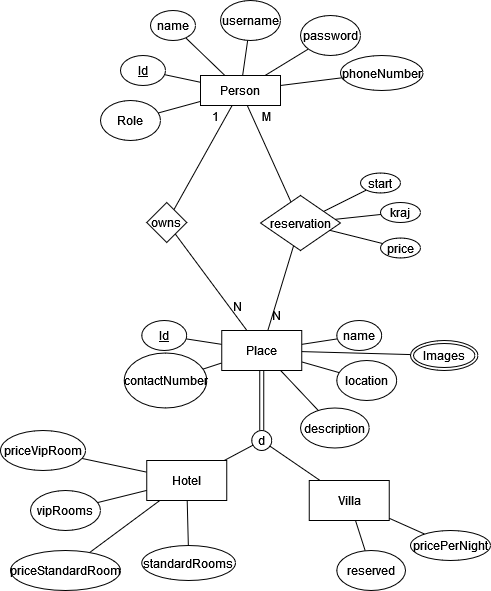
Before: PET_GIAGRAM.png, a diagram exported from draw.io (Mazgaliev/BookingSite). Source tidied: cells renumbered, new cells last; positions are measured from the earlier drawing's top-left corner, leaving out a move shared by most shapes.
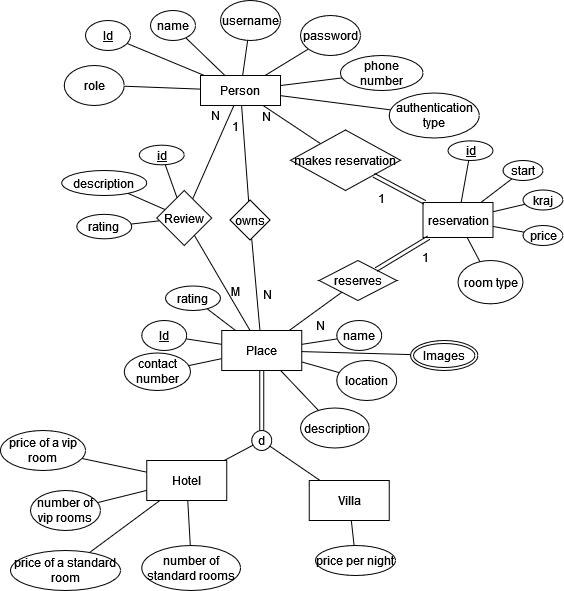
Above is the later version.

Commit message:
Pet diagram

Diff of the diagram source:
```diff
@@ -6,7 +6,7 @@
       <mxGeometry x="200" y="75" width="80" height="30" as="geometry" />
     </mxCell>
     <mxCell id="3" value="&lt;u&gt;Id&lt;/u&gt;" style="ellipse;whiteSpace=wrap;html=1;" parent="1" vertex="1">
-      <mxGeometry x="120" y="55" width="45" height="30" as="geometry" />
+      <mxGeometry x="85" y="20" width="45" height="30" as="geometry" />
     </mxCell>
     <mxCell id="4" value="name" style="ellipse;whiteSpace=wrap;html=1;" parent="1" vertex="1">
       <mxGeometry x="150" y="10" width="45" height="30" as="geometry" />
@@ -17,7 +17,7 @@
     <mxCell id="6" value="password" style="ellipse;whiteSpace=wrap;html=1;" parent="1" vertex="1">
       <mxGeometry x="300" y="15" width="60" height="40" as="geometry" />
     </mxCell>
-    <mxCell id="7" value="phoneNumber" style="ellipse;whiteSpace=wrap;html=1;" parent="1" vertex="1">
+    <mxCell id="7" value="phone number" style="ellipse;whiteSpace=wrap;html=1;" parent="1" vertex="1">
       <mxGeometry x="340" y="55" width="82.5" height="35" as="geometry" />
     </mxCell>
     <mxCell id="8" style="endArrow=none;html=1;rounded=0;" parent="1" edge="1" source="2" target="5">
@@ -74,11 +74,11 @@
     <mxCell id="25" style="endArrow=none;html=1;rounded=0;" parent="1" edge="1" source="13" target="24">
       <mxGeometry relative="1" as="geometry" />
     </mxCell>
-    <mxCell id="26" value="contactNumber" style="ellipse;whiteSpace=wrap;html=1;" parent="1" vertex="1">
-      <mxGeometry x="123.8" y="352.5" width="82.5" height="55" as="geometry" />
+    <mxCell id="26" value="contact number" style="ellipse;whiteSpace=wrap;html=1;" parent="1" vertex="1">
+      <mxGeometry x="123.8" y="352.5" width="66.2" height="37.5" as="geometry" />
     </mxCell>
     <mxCell id="27" value="owns" style="rhombus;whiteSpace=wrap;html=1;" parent="1" vertex="1">
-      <mxGeometry x="146.2" y="202" width="40" height="40" as="geometry" />
+      <mxGeometry x="229.5" y="199.5" width="40" height="40" as="geometry" />
     </mxCell>
     <mxCell id="28" style="endArrow=none;html=1;rounded=0;" parent="1" edge="1" source="26" target="13">
       <mxGeometry relative="1" as="geometry" />
@@ -88,7 +88,7 @@
     </mxCell>
     <mxCell id="30" value="1" style="html=1;align=right;verticalAlign=bottom;" parent="29" vertex="1">
       <mxGeometry x="1" relative="1" as="geometry">
-        <mxPoint x="-12" y="20" as="offset" />
+        <mxPoint x="-2" y="30" as="offset" />
       </mxGeometry>
     </mxCell>
     <mxCell id="31" style="endArrow=none;html=1;rounded=0;" parent="1" edge="1" source="27" target="13">
@@ -96,10 +96,10 @@
     </mxCell>
     <mxCell id="32" value="N" style="html=1;align=right;verticalAlign=bottom;" parent="31" vertex="1">
       <mxGeometry x="1" relative="1" as="geometry">
-        <mxPoint x="-4" y="-15" as="offset" />
+        <mxPoint x="12" y="-27" as="offset" />
       </mxGeometry>
     </mxCell>
-    <mxCell id="33" value="vipRooms" style="ellipse;whiteSpace=wrap;html=1;" parent="1" vertex="1">
+    <mxCell id="33" value="number of vip rooms" style="ellipse;whiteSpace=wrap;html=1;" parent="1" vertex="1">
       <mxGeometry x="30" y="490" width="70" height="40" as="geometry" />
     </mxCell>
     <mxCell id="34" style="endArrow=none;html=1;rounded=0;" parent="1" edge="1" source="57" target="16">
@@ -108,62 +108,56 @@
     <mxCell id="35" style="endArrow=none;html=1;rounded=0;" parent="1" edge="1" source="33" target="16">
       <mxGeometry relative="1" as="geometry" />
     </mxCell>
-    <mxCell id="36" value="pricePerNight" style="ellipse;whiteSpace=wrap;html=1;" parent="1" vertex="1">
-      <mxGeometry x="410" y="530" width="80" height="30" as="geometry" />
+    <mxCell id="36" value="price per night" style="ellipse;whiteSpace=wrap;html=1;" parent="1" vertex="1">
+      <mxGeometry x="315" y="545" width="80" height="30" as="geometry" />
     </mxCell>
     <mxCell id="37" value="description" style="ellipse;whiteSpace=wrap;html=1;" parent="1" vertex="1">
       <mxGeometry x="300" y="407.5" width="68.8" height="40" as="geometry" />
     </mxCell>
-    <mxCell id="38" value="reserved" style="ellipse;whiteSpace=wrap;html=1;" parent="1" vertex="1">
-      <mxGeometry x="336.2" y="550" width="68.8" height="40" as="geometry" />
-    </mxCell>
     <mxCell id="39" style="endArrow=none;html=1;rounded=0;" parent="1" edge="1" source="37" target="13">
       <mxGeometry relative="1" as="geometry" />
     </mxCell>
-    <mxCell id="40" style="endArrow=none;html=1;rounded=0;" parent="1" edge="1" source="38" target="14">
-      <mxGeometry relative="1" as="geometry" />
-    </mxCell>
     <mxCell id="41" style="endArrow=none;html=1;rounded=0;" parent="1" edge="1" source="36" target="14">
       <mxGeometry relative="1" as="geometry" />
     </mxCell>
     <mxCell id="42" style="endArrow=none;html=1;rounded=0;startArrow=none;" parent="1" edge="1" source="2" target="43">
       <mxGeometry relative="1" as="geometry" />
     </mxCell>
-    <mxCell id="43" value="reservation" style="rhombus;whiteSpace=wrap;html=1;" parent="1" vertex="1">
-      <mxGeometry x="260" y="195" width="80" height="55" as="geometry" />
+    <mxCell id="43" value="&lt;div&gt;makes reservation&lt;br&gt;&lt;/div&gt;" style="rhombus;whiteSpace=wrap;html=1;" parent="1" vertex="1">
+      <mxGeometry x="290" y="129.5" width="110" height="60.5" as="geometry" />
     </mxCell>
-    <mxCell id="44" style="endArrow=none;html=1;rounded=0;" parent="1" edge="1" source="43" target="13">
+    <mxCell id="44" style="endArrow=none;html=1;rounded=0;" parent="1" edge="1" source="63" target="13">
       <mxGeometry relative="1" as="geometry" />
     </mxCell>
     <mxCell id="45" value="N" style="text;html=1;strokeColor=none;fillColor=none;align=center;verticalAlign=middle;whiteSpace=wrap;rounded=0;" parent="1" vertex="1">
-      <mxGeometry x="271.2" y="310" width="10" height="10" as="geometry" />
+      <mxGeometry x="315" y="320" width="10" height="10" as="geometry" />
     </mxCell>
     <mxCell id="46" value="start" style="ellipse;whiteSpace=wrap;html=1;" parent="1" vertex="1">
-      <mxGeometry x="360" y="172.5" width="40" height="20" as="geometry" />
+      <mxGeometry x="502.5" y="160" width="40" height="20" as="geometry" />
     </mxCell>
     <mxCell id="47" value="kraj" style="ellipse;whiteSpace=wrap;html=1;" parent="1" vertex="1">
-      <mxGeometry x="380" y="202" width="40" height="20" as="geometry" />
+      <mxGeometry x="522.5" y="189.5" width="40" height="20" as="geometry" />
     </mxCell>
     <mxCell id="48" value="price" style="ellipse;whiteSpace=wrap;html=1;" parent="1" vertex="1">
-      <mxGeometry x="380" y="237.5" width="40" height="20" as="geometry" />
+      <mxGeometry x="522.5" y="225" width="40" height="20" as="geometry" />
     </mxCell>
-    <mxCell id="49" style="endArrow=none;html=1;rounded=0;" parent="1" edge="1" source="43" target="46">
+    <mxCell id="49" style="endArrow=none;html=1;rounded=0;" parent="1" edge="1" source="62" target="46">
       <mxGeometry relative="1" as="geometry" />
     </mxCell>
-    <mxCell id="50" style="endArrow=none;html=1;rounded=0;" parent="1" edge="1" source="43" target="47">
+    <mxCell id="50" style="endArrow=none;html=1;rounded=0;" parent="1" edge="1" source="62" target="47">
       <mxGeometry relative="1" as="geometry" />
     </mxCell>
-    <mxCell id="51" style="endArrow=none;html=1;rounded=0;" parent="1" edge="1" source="43" target="48">
+    <mxCell id="51" style="endArrow=none;html=1;rounded=0;" parent="1" edge="1" source="62" target="48">
       <mxGeometry relative="1" as="geometry" />
     </mxCell>
-    <mxCell id="52" value="Role" style="ellipse;whiteSpace=wrap;html=1;" parent="1" vertex="1">
-      <mxGeometry x="100" y="100" width="60" height="40" as="geometry" />
+    <mxCell id="52" value="role" style="ellipse;whiteSpace=wrap;html=1;" parent="1" vertex="1">
+      <mxGeometry x="63.8" y="65" width="60" height="40" as="geometry" />
     </mxCell>
     <mxCell id="53" style="endArrow=none;html=1;rounded=0;" parent="1" edge="1" source="52" target="2">
       <mxGeometry relative="1" as="geometry" />
     </mxCell>
-    <mxCell id="54" value="standardRooms" style="ellipse;whiteSpace=wrap;html=1;" parent="1" vertex="1">
-      <mxGeometry x="141.2" y="545" width="93.8" height="35" as="geometry" />
+    <mxCell id="54" value="number of standard rooms" style="ellipse;whiteSpace=wrap;html=1;" parent="1" vertex="1">
+      <mxGeometry x="141.2" y="545" width="98.8" height="45" as="geometry" />
     </mxCell>
     <mxCell id="55" style="endArrow=none;html=1;rounded=0;" parent="1" edge="1" source="54" target="16">
       <mxGeometry relative="1" as="geometry" />
@@ -171,10 +165,10 @@
     <mxCell id="56" style="endArrow=none;html=1;rounded=0;" parent="1" edge="1" source="13" target="60">
       <mxGeometry relative="1" as="geometry" />
     </mxCell>
-    <mxCell id="57" value="priceVipRoom" style="ellipse;whiteSpace=wrap;html=1;" parent="1" vertex="1">
+    <mxCell id="57" value="price of a vip room" style="ellipse;whiteSpace=wrap;html=1;" parent="1" vertex="1">
       <mxGeometry y="430" width="85" height="40" as="geometry" />
     </mxCell>
-    <mxCell id="58" value="priceStandardRoom" style="ellipse;whiteSpace=wrap;html=1;" parent="1" vertex="1">
+    <mxCell id="58" value="price of a standard room" style="ellipse;whiteSpace=wrap;html=1;" parent="1" vertex="1">
       <mxGeometry x="10" y="550" width="110" height="40" as="geometry" />
     </mxCell>
     <mxCell id="59" style="endArrow=none;html=1;rounded=0;" parent="1" edge="1" source="58" target="16">
@@ -183,10 +177,85 @@
     <mxCell id="60" value="Images" style="ellipse;shape=doubleEllipse;margin=3;whiteSpace=wrap;html=1;align=center;" parent="1" vertex="1">
       <mxGeometry x="410" y="340" width="67.5" height="30" as="geometry" />
     </mxCell>
-    <mxCell id="61" value="M" style="html=1;align=right;verticalAlign=bottom;" parent="1" vertex="1">
+    <mxCell id="61" value="N" style="html=1;align=right;verticalAlign=bottom;direction=south;" parent="1" vertex="1">
       <mxGeometry x="229.5" y="135.2" as="geometry">
         <mxPoint x="41" y="-10" as="offset" />
       </mxGeometry>
     </mxCell>
+    <mxCell id="62" value="reservation" style="rounded=0;whiteSpace=wrap;html=1;" parent="1" vertex="1">
+      <mxGeometry x="422.5" y="202" width="70" height="35" as="geometry" />
+    </mxCell>
+    <mxCell id="63" value="reserves" style="rhombus;whiteSpace=wrap;html=1;" parent="1" vertex="1">
+      <mxGeometry x="318.6" y="260" width="77.6" height="40" as="geometry" />
+    </mxCell>
+    <mxCell id="64" value="1" style="text;html=1;strokeColor=none;fillColor=none;align=center;verticalAlign=middle;whiteSpace=wrap;rounded=0;" parent="1" vertex="1">
+      <mxGeometry x="366.2" y="190" width="30" height="15" as="geometry" />
+    </mxCell>
+    <mxCell id="65" value="1" style="text;html=1;strokeColor=none;fillColor=none;align=center;verticalAlign=middle;whiteSpace=wrap;rounded=0;" parent="1" vertex="1">
+      <mxGeometry x="411.2" y="250" width="27.5" height="13.8" as="geometry" />
+    </mxCell>
+    <mxCell id="66" value="&lt;u&gt;id&lt;/u&gt;" style="ellipse;whiteSpace=wrap;html=1;" parent="1" vertex="1">
+      <mxGeometry x="447.5" y="140.3" width="45" height="19.7" as="geometry" />
+    </mxCell>
+    <mxCell id="67" style="endArrow=none;html=1;rounded=0;" parent="1" edge="1" source="62" target="66">
+      <mxGeometry relative="1" as="geometry" />
+    </mxCell>
+    <mxCell id="68" value="room type" style="ellipse;whiteSpace=wrap;html=1;" parent="1" vertex="1">
+      <mxGeometry x="457.5" y="260" width="65" height="43.3" as="geometry" />
+    </mxCell>
+    <mxCell id="69" style="endArrow=none;html=1;rounded=0;" parent="1" edge="1" source="68" target="62">
+      <mxGeometry relative="1" as="geometry" />
+    </mxCell>
+    <mxCell id="70" style="shape=link;html=1;rounded=0;" parent="1" edge="1" source="62" target="43">
+      <mxGeometry relative="1" as="geometry" />
+    </mxCell>
+    <mxCell id="71" style="shape=link;html=1;rounded=0;" parent="1" edge="1" source="63" target="62">
+      <mxGeometry relative="1" as="geometry" />
+    </mxCell>
+    <mxCell id="72" value="Review" style="rhombus;whiteSpace=wrap;html=1;" parent="1" vertex="1">
+      <mxGeometry x="156.2" y="190" width="55" height="55" as="geometry" />
+    </mxCell>
+    <mxCell id="73" style="endArrow=none;html=1;rounded=0;" parent="1" edge="1" source="72" target="2">
+      <mxGeometry relative="1" as="geometry" />
+    </mxCell>
+    <mxCell id="74" style="endArrow=none;html=1;rounded=0;" parent="1" edge="1" source="72" target="13">
+      <mxGeometry relative="1" as="geometry" />
+    </mxCell>
+    <mxCell id="75" value="N" style="text;html=1;strokeColor=none;fillColor=none;align=center;verticalAlign=middle;whiteSpace=wrap;rounded=0;" parent="1" vertex="1">
+      <mxGeometry x="211.2" y="110" width="7.5" height="10" as="geometry" />
+    </mxCell>
+    <mxCell id="76" value="M" style="text;html=1;strokeColor=none;fillColor=none;align=center;verticalAlign=middle;whiteSpace=wrap;rounded=0;" parent="1" vertex="1">
+      <mxGeometry x="229.5" y="285.5" width="10" height="10" as="geometry" />
+    </mxCell>
+    <mxCell id="77" value="description" style="ellipse;whiteSpace=wrap;html=1;" parent="1" vertex="1">
+      <mxGeometry x="61.2" y="170" width="85" height="25" as="geometry" />
+    </mxCell>
+    <mxCell id="78" value="rating" style="ellipse;whiteSpace=wrap;html=1;" parent="1" vertex="1">
+      <mxGeometry x="76.2" y="213.8" width="55" height="24.5" as="geometry" />
+    </mxCell>
+    <mxCell id="79" style="endArrow=none;html=1;rounded=0;" parent="1" edge="1" source="72" target="77">
+      <mxGeometry relative="1" as="geometry" />
+    </mxCell>
+    <mxCell id="80" style="endArrow=none;html=1;rounded=0;" parent="1" edge="1" source="72" target="78">
+      <mxGeometry relative="1" as="geometry" />
+    </mxCell>
+    <mxCell id="81" value="&lt;u&gt;id&lt;/u&gt;" style="ellipse;whiteSpace=wrap;html=1;" parent="1" vertex="1">
+      <mxGeometry x="138.8" y="144.7" width="45" height="19.7" as="geometry" />
+    </mxCell>
+    <mxCell id="82" style="endArrow=none;html=1;rounded=0;" parent="1" edge="1" source="72" target="81">
+      <mxGeometry relative="1" as="geometry" />
+    </mxCell>
+    <mxCell id="83" value="authentication type" style="ellipse;whiteSpace=wrap;html=1;" parent="1" vertex="1">
+      <mxGeometry x="388.8" y="92.5" width="90" height="45" as="geometry" />
+    </mxCell>
+    <mxCell id="84" style="endArrow=none;html=1;rounded=0;" parent="1" edge="1" source="2" target="83">
+      <mxGeometry relative="1" as="geometry" />
+    </mxCell>
+    <mxCell id="85" value="rating" style="ellipse;whiteSpace=wrap;html=1;" parent="1" vertex="1">
+      <mxGeometry x="165" y="285.5" width="55" height="24.5" as="geometry" />
+    </mxCell>
+    <mxCell id="86" style="endArrow=none;html=1;rounded=0;" parent="1" edge="1" source="13" target="85">
+      <mxGeometry relative="1" as="geometry" />
+    </mxCell>
   </root>
 </mxGraphModel>
```
